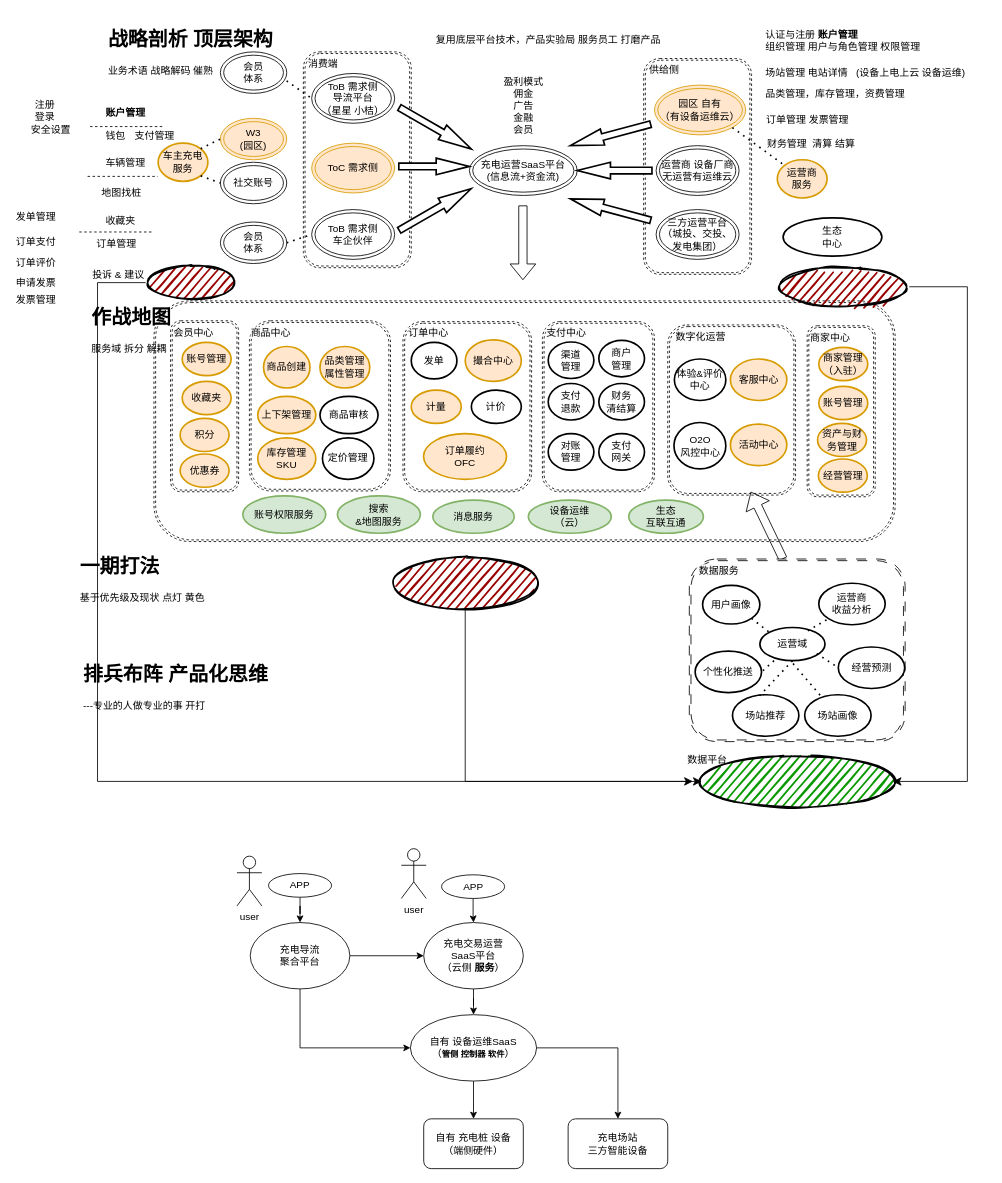
numenshane/draw.io keeps this draw.io diagram as page "第 2 页" (1 of 2) of OO.drawio. Above is the earlier version. Source tidied: cells renumbered, new cells numbered last; positions are measured from the earlier drawing's top-left corner, leaving out a move shared by most shapes. Both pictures are drawn from the tidied source at 83%, with x=0, y=0 at pixel (14, 17).
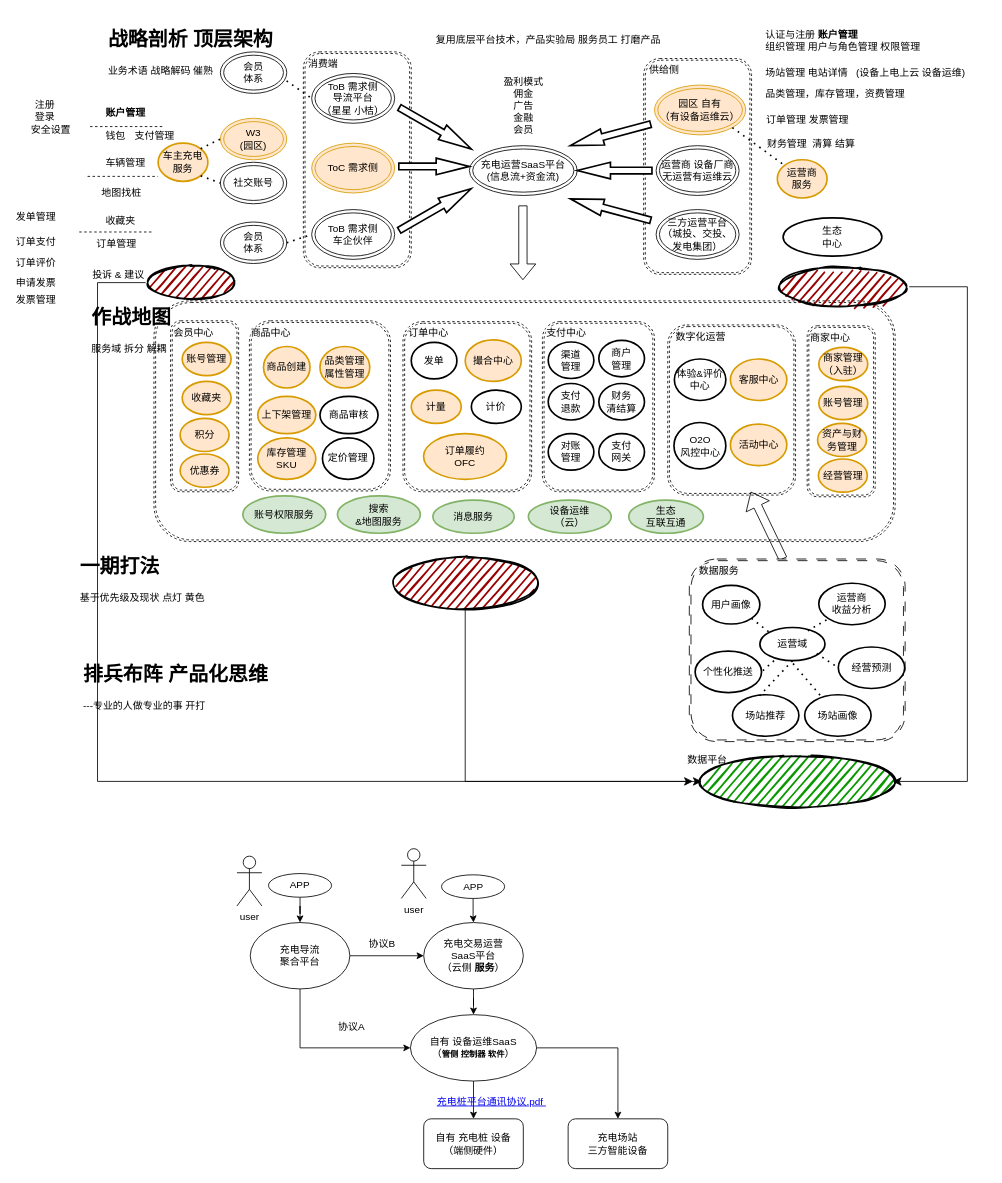
The same page after the edit.

Diff of the diagram source:
```diff
@@
+    <mxCell id="149" value="协议A&amp;nbsp;" style="text;html=1;strokeColor=none;fillColor=none;align=center;verticalAlign=middle;whiteSpace=wrap;rounded=0;" parent="1" vertex="1">
+      <mxGeometry x="378" y="1202" width="60" height="30" as="geometry" />
+    </mxCell>
+    <mxCell id="150" value="协议B" style="text;html=1;strokeColor=none;fillColor=none;align=center;verticalAlign=middle;whiteSpace=wrap;rounded=0;" parent="1" vertex="1">
+      <mxGeometry x="413" y="1102" width="60" height="30" as="geometry" />
+    </mxCell>
+    <mxCell id="151" value="&lt;a href=&quot;https://max.book118.com/html/2019/0120/6131223011002003.shtm&quot;&gt;充电桩平台通讯协议.pdf&amp;nbsp;&lt;/a&gt;" style="text;html=1;strokeColor=none;fillColor=none;align=center;verticalAlign=middle;whiteSpace=wrap;rounded=0;" parent="1" vertex="1">
+      <mxGeometry x="489" y="1292" width="172" height="30" as="geometry" />
+    </mxCell>
```
